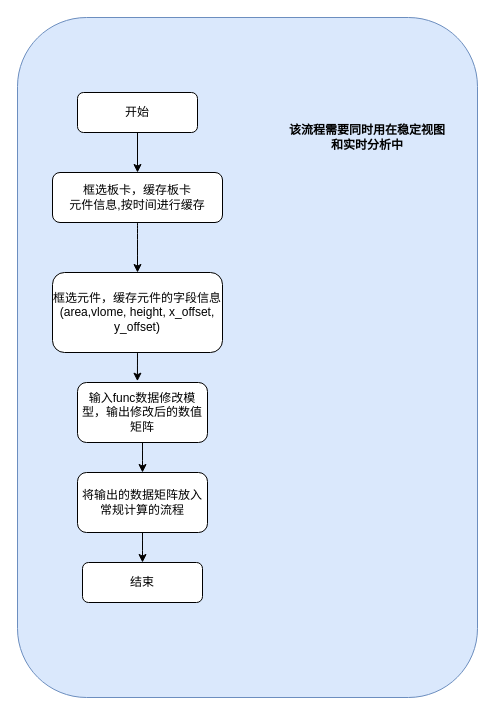
Before: cpk计算流程图.drawio in notThisMoment/drawIo, a draw.io diagram. Source tidied: cells renumbered, new cells numbered last; positions are measured from the earlier drawing's top-left corner, leaving out a move shared by most shapes. Both pictures are drawn from the tidied source at 100%, with x=0, y=0 at pixel (17, 17).
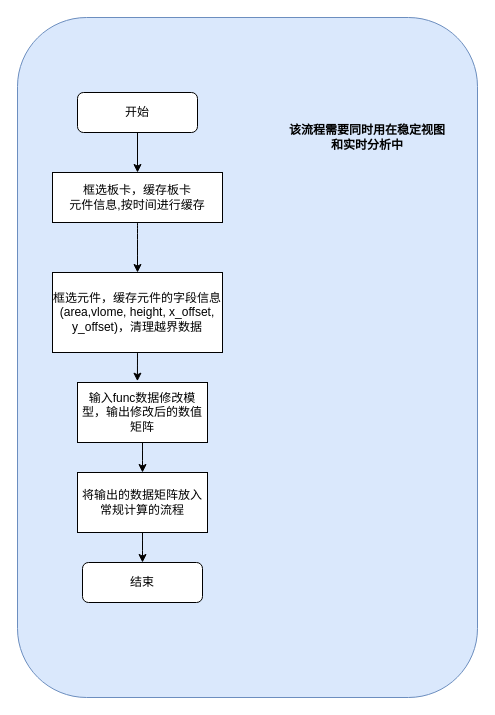
Above is the later version.

Commit message:
更新cpk计算流程图.drawio

What changed in the source:
```diff
@@
 <mxGraphModel>
   <root>
     <mxCell id="0" />
     <mxCell id="1" parent="0" />
     <mxCell id="2" style="rounded=1;whiteSpace=wrap;html=1;fillColor=#dae8fc;strokeColor=#6c8ebf;" parent="1" vertex="1">
       <mxGeometry width="460" height="680" as="geometry" />
     </mxCell>
     <mxCell id="3" style="edgeStyle=orthogonalEdgeStyle;curved=1;rounded=0;jettySize=auto;html=1;" parent="1" edge="1" source="4" target="7">
       <mxGeometry relative="1" as="geometry" />
     </mxCell>
-    <mxCell id="4" value="框选板卡，缓存板卡&lt;br&gt;元件信息,按时间进行缓存" style="rounded=1;whiteSpace=wrap;html=1;fontSize=12;glass=0;strokeWidth=1;shadow=0;" parent="1" vertex="1">
+    <mxCell id="4" value="框选板卡，缓存板卡&lt;br&gt;元件信息,按时间进行缓存" style="rounded=0;whiteSpace=wrap;html=1;fontSize=12;glass=0;strokeWidth=1;shadow=0;" parent="1" vertex="1">
       <mxGeometry x="35" y="155" width="170" height="50" as="geometry" />
     </mxCell>
     <mxCell id="5" style="edgeStyle=orthogonalEdgeStyle;rounded=0;jettySize=auto;html=1;" parent="1" edge="1" source="6" target="4">
       <mxGeometry relative="1" as="geometry" />
     </mxCell>
     <mxCell id="6" value="开始" style="rounded=1;whiteSpace=wrap;html=1;fontSize=12;glass=0;strokeWidth=1;shadow=0;" parent="1" vertex="1">
       <mxGeometry x="60" y="75" width="120" height="40" as="geometry" />
     </mxCell>
-    <mxCell id="7" value="框选元件，缓存元件的字段信息(area,vlome, height, x_offset, y_offset)" style="rounded=1;whiteSpace=wrap;html=1;fontSize=12;glass=0;strokeWidth=1;shadow=0;" parent="1" vertex="1">
+    <mxCell id="7" value="框选元件，缓存元件的字段信息(area,vlome, height, x_offset, y_offset)，清理越界数据" style="rounded=0;whiteSpace=wrap;html=1;fontSize=12;glass=0;strokeWidth=1;shadow=0;" parent="1" vertex="1">
       <mxGeometry x="35" y="255" width="170" height="80" as="geometry" />
     </mxCell>
     <mxCell id="8" style="edgeStyle=orthogonalEdgeStyle;curved=1;rounded=0;jettySize=auto;html=1;" parent="1" edge="1" source="9" target="12">
       <mxGeometry relative="1" as="geometry" />
     </mxCell>
-    <mxCell id="9" value="输入func数据修改模型，输出修改后的数值矩阵" style="rounded=1;whiteSpace=wrap;html=1;fontSize=12;glass=0;strokeWidth=1;shadow=0;" parent="1" vertex="1">
+    <mxCell id="9" value="输入func数据修改模型，输出修改后的数值矩阵" style="rounded=0;whiteSpace=wrap;html=1;fontSize=12;glass=0;strokeWidth=1;shadow=0;" parent="1" vertex="1">
       <mxGeometry x="60" y="365" width="130" height="60" as="geometry" />
     </mxCell>
     <mxCell id="10" style="edgeStyle=orthogonalEdgeStyle;curved=1;rounded=0;jettySize=auto;html=1;exitX=0.5;exitY=1;exitDx=0;exitDy=0;entryX=0.461;entryY=-0.022;entryDx=0;entryDy=0;entryPerimeter=0;" parent="1" edge="1" source="7" target="9">
       <mxGeometry relative="1" as="geometry" />
     </mxCell>
     <mxCell id="11" style="edgeStyle=orthogonalEdgeStyle;curved=1;rounded=0;jettySize=auto;html=1;entryX=0.5;entryY=0;entryDx=0;entryDy=0;" parent="1" edge="1" source="12" target="13">
       <mxGeometry relative="1" as="geometry" />
     </mxCell>
-    <mxCell id="12" value="将输出的数据矩阵放入常规计算的流程" style="rounded=1;whiteSpace=wrap;html=1;fontSize=12;glass=0;strokeWidth=1;shadow=0;" parent="1" vertex="1">
+    <mxCell id="12" value="将输出的数据矩阵放入常规计算的流程" style="rounded=0;whiteSpace=wrap;html=1;fontSize=12;glass=0;strokeWidth=1;shadow=0;" parent="1" vertex="1">
       <mxGeometry x="60" y="455" width="130" height="60" as="geometry" />
     </mxCell>
     <mxCell id="13" value="结束" style="rounded=1;whiteSpace=wrap;html=1;fontSize=12;glass=0;strokeWidth=1;shadow=0;" parent="1" vertex="1">
       <mxGeometry x="65" y="545" width="120" height="40" as="geometry" />
     </mxCell>
     <mxCell id="14" value="该流程需要同时用在稳定视图和实时分析中" style="text;html=1;strokeColor=none;fillColor=none;align=center;verticalAlign=middle;whiteSpace=wrap;rounded=0;fontStyle=1;" parent="1" vertex="1">
       <mxGeometry x="270" y="95" width="160" height="50" as="geometry" />
     </mxCell>
   </root>
 </mxGraphModel>
```
